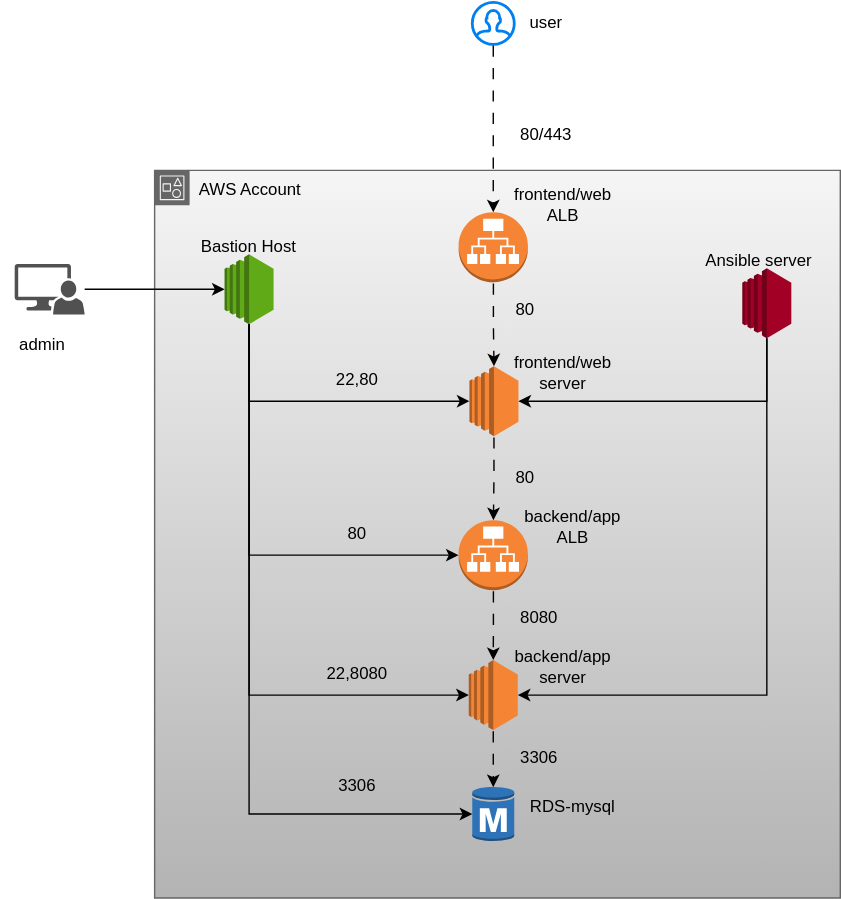
This is dev/expense-dev-basic.drawio.svg from sprojexdevops/expense-terraform, a draw.io export, as it was before one commit. Source tidied: cells renumbered, new cells last; positions are measured from the earlier drawing's top-left corner, leaving out a move shared by most shapes.
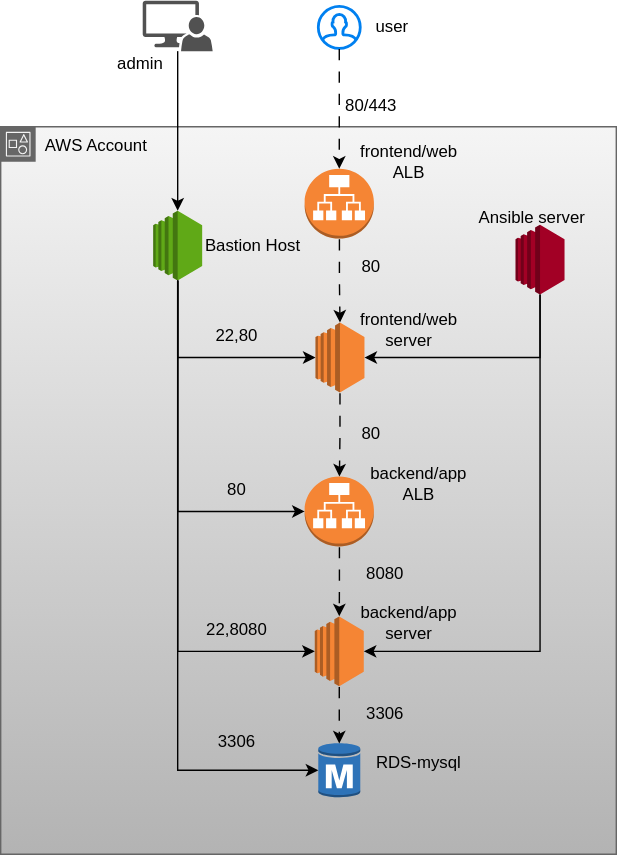
After the change.

Commit message:
expense cloud terraform

Diff of the diagram source:
```diff
@@ -3,7 +3,7 @@
     <mxCell id="0" />
     <mxCell id="1" parent="0" />
     <mxCell id="2" value="AWS Account" style="html=1;whiteSpace=wrap;fontSize=12;fontStyle=0;shape=mxgraph.aws4.group;grIcon=mxgraph.aws4.group_account;verticalAlign=top;align=left;spacingLeft=30;dashed=0;fillColor=#f5f5f5;strokeColor=#666666;gradientColor=#b3b3b3;" parent="1" vertex="1">
-      <mxGeometry x="110" y="120" width="490" height="520" as="geometry" />
+      <mxGeometry x="110" y="120" width="440" height="520" as="geometry" />
     </mxCell>
     <mxCell id="3" style="outlineConnect=0;dashed=0;verticalLabelPosition=bottom;verticalAlign=top;align=center;html=1;shape=mxgraph.aws3.application_load_balancer;fillColor=#F58534;gradientColor=none;" parent="2" vertex="1">
       <mxGeometry x="217.2" y="30" width="49.5" height="50" as="geometry" />
@@ -24,10 +24,10 @@
       <mxGeometry x="225" y="140" width="35" height="50" as="geometry" />
     </mxCell>
     <mxCell id="9" style="outlineConnect=0;dashed=0;verticalLabelPosition=bottom;verticalAlign=top;align=center;html=1;shape=mxgraph.aws3.ec2;fillColor=#60a917;strokeColor=#2D7600;fontColor=#ffffff;" parent="2" vertex="1">
-      <mxGeometry x="50" y="60" width="35" height="50" as="geometry" />
+      <mxGeometry x="109" y="60" width="35" height="50" as="geometry" />
     </mxCell>
     <mxCell id="10" style="outlineConnect=0;dashed=0;verticalLabelPosition=bottom;verticalAlign=top;align=center;html=1;shape=mxgraph.aws3.ec2;fillColor=#a20025;strokeColor=#6F0000;fontColor=#ffffff;" parent="2" vertex="1">
-      <mxGeometry x="420" y="70" width="35" height="50" as="geometry" />
+      <mxGeometry x="368" y="70" width="35" height="50" as="geometry" />
     </mxCell>
     <mxCell id="11" style="edgeStyle=orthogonalEdgeStyle;rounded=0;jettySize=auto;html=1;entryX=0.5;entryY=0;entryDx=0;entryDy=0;entryPerimeter=0;flowAnimation=1;" parent="2" edge="1" source="3" target="8">
       <mxGeometry relative="1" as="geometry" />
@@ -53,62 +53,62 @@
     <mxCell id="18" style="edgeStyle=orthogonalEdgeStyle;rounded=0;jettySize=auto;html=1;entryX=0;entryY=0.5;entryDx=0;entryDy=0;entryPerimeter=0;flowAnimation=0;" parent="2" edge="1" source="9" target="8">
       <mxGeometry relative="1" as="geometry">
         <Array as="points">
-          <mxPoint x="68" y="165" />
+          <mxPoint x="127" y="165" />
         </Array>
       </mxGeometry>
     </mxCell>
     <mxCell id="19" style="edgeStyle=orthogonalEdgeStyle;rounded=0;jettySize=auto;html=1;entryX=0;entryY=0.5;entryDx=0;entryDy=0;entryPerimeter=0;flowAnimation=0;" parent="2" edge="1" source="9" target="4">
       <mxGeometry relative="1" as="geometry">
         <Array as="points">
-          <mxPoint x="68" y="275" />
+          <mxPoint x="127" y="275" />
         </Array>
       </mxGeometry>
     </mxCell>
     <mxCell id="20" style="edgeStyle=orthogonalEdgeStyle;rounded=0;jettySize=auto;html=1;entryX=0;entryY=0.5;entryDx=0;entryDy=0;entryPerimeter=0;flowAnimation=0;" parent="2" edge="1" source="9" target="6">
       <mxGeometry relative="1" as="geometry">
         <Array as="points">
-          <mxPoint x="68" y="375" />
+          <mxPoint x="127" y="375" />
         </Array>
       </mxGeometry>
     </mxCell>
     <mxCell id="21" style="edgeStyle=orthogonalEdgeStyle;rounded=0;jettySize=auto;html=1;entryX=0;entryY=0.5;entryDx=0;entryDy=0;entryPerimeter=0;flowAnimation=0;" parent="2" edge="1" source="9" target="5">
       <mxGeometry relative="1" as="geometry">
         <Array as="points">
-          <mxPoint x="68" y="460" />
+          <mxPoint x="127" y="460" />
         </Array>
       </mxGeometry>
     </mxCell>
     <mxCell id="22" style="edgeStyle=orthogonalEdgeStyle;rounded=0;jettySize=auto;html=1;entryX=1;entryY=0.5;entryDx=0;entryDy=0;entryPerimeter=0;flowAnimation=0;" parent="2" edge="1" source="10" target="8">
       <mxGeometry relative="1" as="geometry">
         <Array as="points">
-          <mxPoint x="438" y="165" />
+          <mxPoint x="386" y="165" />
         </Array>
       </mxGeometry>
     </mxCell>
     <mxCell id="23" style="edgeStyle=orthogonalEdgeStyle;rounded=0;jettySize=auto;html=1;entryX=1;entryY=0.5;entryDx=0;entryDy=0;entryPerimeter=0;flowAnimation=0;" parent="2" edge="1" source="10" target="6">
       <mxGeometry relative="1" as="geometry">
         <Array as="points">
-          <mxPoint x="438" y="375" />
+          <mxPoint x="386" y="375" />
         </Array>
       </mxGeometry>
     </mxCell>
     <mxCell id="24" value="22,80" style="text;html=1;align=center;verticalAlign=middle;whiteSpace=wrap;rounded=0;" parent="2" vertex="1">
-      <mxGeometry x="120" y="140" width="50" height="20" as="geometry" />
+      <mxGeometry x="144" y="140" width="50" height="20" as="geometry" />
     </mxCell>
     <mxCell id="25" value="80" style="text;html=1;align=center;verticalAlign=middle;whiteSpace=wrap;rounded=0;" parent="2" vertex="1">
-      <mxGeometry x="120" y="250" width="50" height="20" as="geometry" />
+      <mxGeometry x="144" y="250" width="50" height="20" as="geometry" />
     </mxCell>
     <mxCell id="26" value="22,8080" style="text;html=1;align=center;verticalAlign=middle;whiteSpace=wrap;rounded=0;" parent="2" vertex="1">
-      <mxGeometry x="120" y="350" width="50" height="20" as="geometry" />
+      <mxGeometry x="144" y="350" width="50" height="20" as="geometry" />
     </mxCell>
     <mxCell id="27" value="3306" style="text;html=1;align=center;verticalAlign=middle;whiteSpace=wrap;rounded=0;" parent="2" vertex="1">
-      <mxGeometry x="120" y="430" width="50" height="20" as="geometry" />
+      <mxGeometry x="144" y="430" width="50" height="20" as="geometry" />
     </mxCell>
     <mxCell id="28" value="Bastion Host" style="text;html=1;align=center;verticalAlign=middle;whiteSpace=wrap;rounded=0;" parent="2" vertex="1">
-      <mxGeometry x="31.2" y="40" width="72.5" height="30" as="geometry" />
+      <mxGeometry x="144" y="70" width="72.5" height="30" as="geometry" />
     </mxCell>
     <mxCell id="29" value="Ansible server" style="text;html=1;align=center;verticalAlign=middle;whiteSpace=wrap;rounded=0;" parent="2" vertex="1">
-      <mxGeometry x="390" y="50" width="83.8" height="30" as="geometry" />
+      <mxGeometry x="338" y="50" width="83.8" height="30" as="geometry" />
     </mxCell>
     <mxCell id="30" value="frontend/web ALB" style="text;html=1;align=center;verticalAlign=middle;whiteSpace=wrap;rounded=0;" parent="2" vertex="1">
       <mxGeometry x="250" y="10" width="83.8" height="30" as="geometry" />
@@ -126,25 +126,25 @@
       <mxGeometry x="257" y="440" width="83.8" height="30" as="geometry" />
     </mxCell>
     <mxCell id="35" style="html=1;verticalLabelPosition=bottom;align=center;labelBackgroundColor=#ffffff;verticalAlign=top;strokeWidth=2;strokeColor=#0080F0;shadow=0;dashed=0;shape=mxgraph.ios7.icons.user;" parent="1" vertex="1">
-      <mxGeometry x="337" width="30" height="30" as="geometry" />
+      <mxGeometry x="337" y="34" width="30" height="30" as="geometry" />
     </mxCell>
     <mxCell id="36" style="edgeStyle=orthogonalEdgeStyle;rounded=0;jettySize=auto;html=1;entryX=0.5;entryY=0;entryDx=0;entryDy=0;entryPerimeter=0;flowAnimation=1;" parent="1" edge="1" source="35" target="3">
       <mxGeometry relative="1" as="geometry" />
     </mxCell>
     <mxCell id="37" value="80/443" style="text;html=1;align=center;verticalAlign=middle;whiteSpace=wrap;rounded=0;" parent="1" vertex="1">
-      <mxGeometry x="360" y="80" width="60" height="30" as="geometry" />
+      <mxGeometry x="345" y="90" width="60" height="30" as="geometry" />
     </mxCell>
     <mxCell id="38" style="sketch=0;shadow=0;dashed=0;html=1;strokeColor=none;labelPosition=center;verticalLabelPosition=bottom;verticalAlign=top;align=center;fillColor=#515151;shape=mxgraph.mscae.system_center.admin_console;" parent="1" vertex="1">
-      <mxGeometry x="10" y="187" width="50" height="36" as="geometry" />
+      <mxGeometry x="211.5" y="30" width="50" height="36" as="geometry" />
     </mxCell>
-    <mxCell id="39" style="edgeStyle=orthogonalEdgeStyle;rounded=0;jettySize=auto;html=1;entryX=0;entryY=0.5;entryDx=0;entryDy=0;entryPerimeter=0;" parent="1" edge="1" source="38" target="9">
-      <mxGeometry relative="1" as="geometry" />
-    </mxCell>
     <mxCell id="40" value="user" style="text;html=1;align=center;verticalAlign=middle;whiteSpace=wrap;rounded=0;" parent="1" vertex="1">
-      <mxGeometry x="360" width="60" height="30" as="geometry" />
+      <mxGeometry x="360" y="34" width="60" height="30" as="geometry" />
     </mxCell>
     <mxCell id="41" value="admin" style="text;html=1;align=center;verticalAlign=middle;whiteSpace=wrap;rounded=0;" parent="1" vertex="1">
-      <mxGeometry y="230" width="60" height="30" as="geometry" />
+      <mxGeometry x="180" y="60" width="60" height="30" as="geometry" />
     </mxCell>
+    <mxCell id="39" style="edgeStyle=orthogonalEdgeStyle;rounded=0;jettySize=auto;html=1;entryX=0.5;entryY=0;entryDx=0;entryDy=0;entryPerimeter=0;" parent="1" edge="1" source="38" target="9">
+      <mxGeometry relative="1" as="geometry" />
+    </mxCell>
   </root>
 </mxGraphModel>
```
